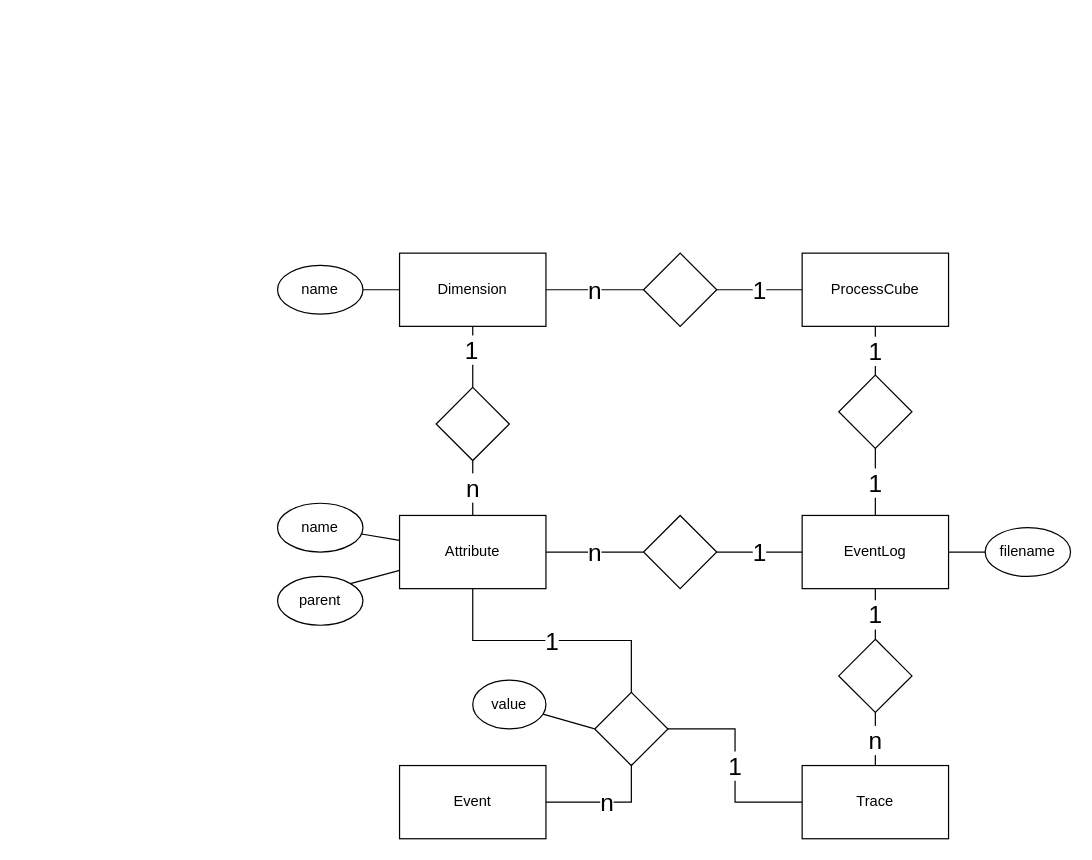
The draw.io diagram diagrams/er-diag.drawio in ngtom/PCubes-PADS2019, before the edit. Source tidied: cells renumbered, new cells numbered last; positions are measured from the earlier drawing's top-left corner, leaving out a move shared by most shapes. Both pictures are drawn from the tidied source at 122%, with x=0, y=0 at pixel (277, 253).
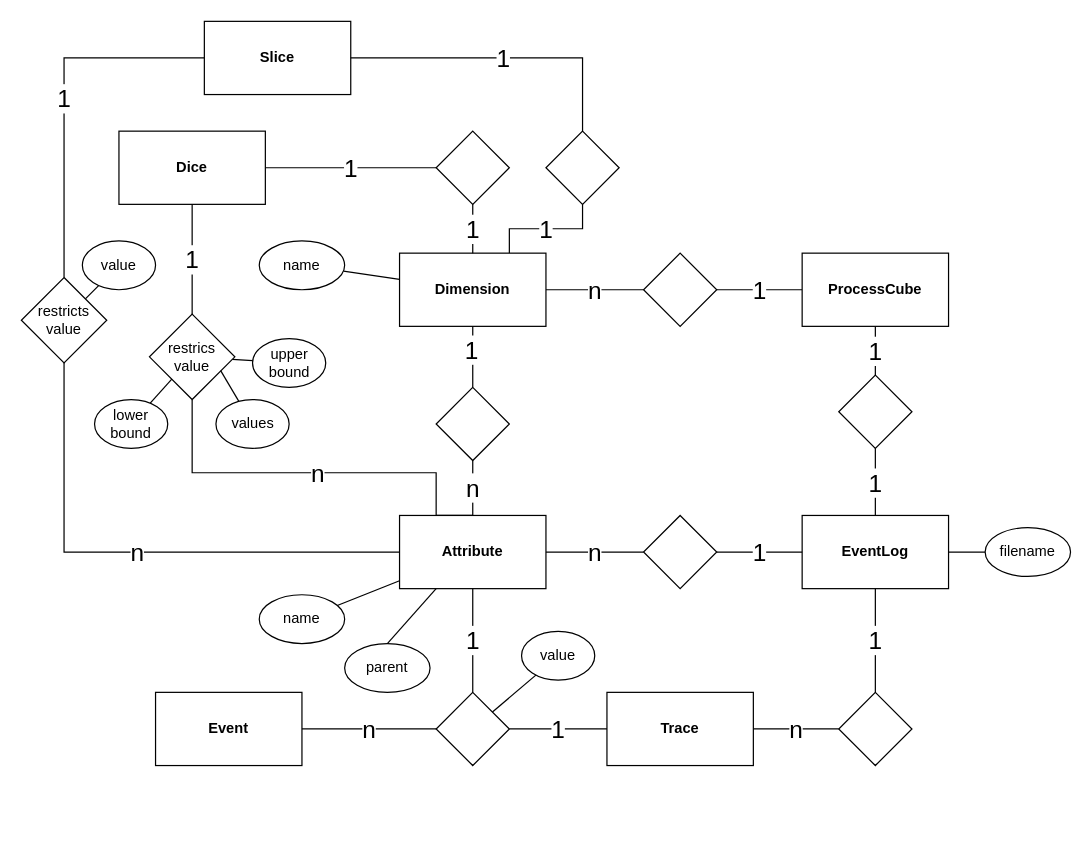
Above is the later version.

Diff of the diagram source:
```diff
@@
-    <mxCell id="2" value="EventLog" style="rounded=0;whiteSpace=wrap;html=1;" parent="1" vertex="1">
+    <mxCell id="2" value="EventLog" style="rounded=0;whiteSpace=wrap;html=1;fontStyle=1;" parent="1" vertex="1">
       <mxGeometry x="430" y="215" width="120" height="60" as="geometry" />
     </mxCell>
@@
-    <mxCell id="4" value="Attribute" style="rounded=0;whiteSpace=wrap;html=1;" parent="1" vertex="1">
+    <mxCell id="4" value="Attribute" style="rounded=0;whiteSpace=wrap;html=1;fontStyle=1;" parent="1" vertex="1">
       <mxGeometry x="100" y="215" width="120" height="60" as="geometry" />
     </mxCell>
@@
+    <mxCell id="40" value="1" style="edgeStyle=orthogonalEdgeStyle;rounded=0;jettySize=auto;html=1;exitX=0.75;exitY=0;exitDx=0;exitDy=0;entryX=0.5;entryY=1;entryDx=0;entryDy=0;endArrow=none;endFill=0;fontSize=20;" parent="1" edge="1" source="6" target="58">
+      <mxGeometry relative="1" as="geometry" />
+    </mxCell>
-    <mxCell id="6" value="Dimension&lt;br&gt;" style="rounded=0;whiteSpace=wrap;html=1;" parent="1" vertex="1">
+    <mxCell id="6" value="Dimension&lt;br&gt;" style="rounded=0;whiteSpace=wrap;html=1;fontStyle=1;" parent="1" vertex="1">
       <mxGeometry x="100" width="120" height="60" as="geometry" />
     </mxCell>
-    <mxCell id="7" value="Event" style="rounded=0;whiteSpace=wrap;html=1;" parent="1" vertex="1">
-      <mxGeometry x="100" y="420" width="120" height="60" as="geometry" />
+    <mxCell id="7" value="Event" style="rounded=0;whiteSpace=wrap;html=1;fontStyle=1;" parent="1" vertex="1">
+      <mxGeometry x="-100" y="360" width="120" height="60" as="geometry" />
     </mxCell>
-    <mxCell id="8" value="Trace" style="rounded=0;whiteSpace=wrap;html=1;" parent="1" vertex="1">
-      <mxGeometry x="430" y="420" width="120" height="60" as="geometry" />
+    <mxCell id="8" value="Trace" style="rounded=0;whiteSpace=wrap;html=1;fontStyle=1;" parent="1" vertex="1">
+      <mxGeometry x="270" y="360" width="120" height="60" as="geometry" />
     </mxCell>
@@
-    <mxCell id="10" value="n" style="edgeStyle=orthogonalEdgeStyle;rounded=0;jettySize=auto;html=1;exitX=0.5;exitY=1;exitDx=0;exitDy=0;entryX=1;entryY=0.5;entryDx=0;entryDy=0;endArrow=none;endFill=0;fontSize=20;" parent="1" edge="1" source="11" target="7">
+    <mxCell id="10" value="n" style="edgeStyle=orthogonalEdgeStyle;rounded=0;jettySize=auto;html=1;entryX=1;entryY=0.5;entryDx=0;entryDy=0;endArrow=none;endFill=0;fontSize=20;" parent="1" edge="1" source="11" target="7">
       <mxGeometry relative="1" as="geometry" />
     </mxCell>
     <mxCell id="11" style="rhombus;whiteSpace=wrap;html=1;" parent="1" vertex="1">
-      <mxGeometry x="260" y="360" width="60" height="60" as="geometry" />
+      <mxGeometry x="130" y="360" width="60" height="60" as="geometry" />
     </mxCell>
@@
     <mxCell id="20" style="rhombus;whiteSpace=wrap;html=1;" parent="1" vertex="1">
-      <mxGeometry x="460" y="316.5" width="60" height="60" as="geometry" />
+      <mxGeometry x="460" y="360" width="60" height="60" as="geometry" />
     </mxCell>
@@
-    <mxCell id="23" value="ProcessCube&lt;br&gt;" style="rounded=0;whiteSpace=wrap;html=1;" parent="1" vertex="1">
+    <mxCell id="23" value="ProcessCube&lt;br&gt;" style="rounded=0;whiteSpace=wrap;html=1;fontStyle=1;" parent="1" vertex="1">
       <mxGeometry x="430" width="120" height="60" as="geometry" />
     </mxCell>
@@
-    <mxCell id="27" style="rounded=0;jettySize=auto;html=1;entryX=0;entryY=0.5;entryDx=0;entryDy=0;endArrow=none;endFill=0;" parent="1" edge="1" source="28" target="11">
+    <mxCell id="27" style="rounded=0;jettySize=auto;html=1;endArrow=none;endFill=0;" parent="1" edge="1" source="28" target="11">
       <mxGeometry relative="1" as="geometry" />
     </mxCell>
     <mxCell id="28" value="value" style="ellipse;whiteSpace=wrap;html=1;" parent="1" vertex="1">
-      <mxGeometry x="160" y="350" width="60" height="40" as="geometry" />
+      <mxGeometry x="200" y="310" width="60" height="40" as="geometry" />
     </mxCell>
@@
-    <mxCell id="34" style="edgeStyle=orthogonalEdgeStyle;rounded=0;jettySize=auto;html=1;endArrow=none;endFill=0;fontSize=12;" parent="1" edge="1" source="35" target="6">
+    <mxCell id="34" style="rounded=0;jettySize=auto;html=1;endArrow=none;endFill=0;fontSize=12;" parent="1" edge="1" source="35" target="6">
       <mxGeometry relative="1" as="geometry" />
     </mxCell>
     <mxCell id="35" value="name" style="ellipse;whiteSpace=wrap;html=1;fontSize=12;" parent="1" vertex="1">
-      <mxGeometry y="10" width="70" height="40" as="geometry" />
+      <mxGeometry x="-15" y="-10" width="70" height="40" as="geometry" />
     </mxCell>
-    <mxCell id="36" style="rounded=0;jettySize=auto;html=1;exitX=1;exitY=0;exitDx=0;exitDy=0;entryX=0;entryY=0.75;entryDx=0;entryDy=0;endArrow=none;endFill=0;fontSize=12;" parent="1" edge="1" source="37" target="4">
+    <mxCell id="36" style="rounded=0;jettySize=auto;html=1;exitX=0.5;exitY=0;exitDx=0;exitDy=0;entryX=0.25;entryY=1;entryDx=0;entryDy=0;endArrow=none;endFill=0;fontSize=12;" parent="1" edge="1" source="37" target="4">
       <mxGeometry relative="1" as="geometry" />
     </mxCell>
     <mxCell id="37" value="parent" style="ellipse;whiteSpace=wrap;html=1;fontSize=12;" parent="1" vertex="1">
-      <mxGeometry y="265" width="70" height="40" as="geometry" />
+      <mxGeometry x="55" y="320" width="70" height="40" as="geometry" />
     </mxCell>
@@
     <mxCell id="39" value="name" style="ellipse;whiteSpace=wrap;html=1;fontSize=12;" parent="1" vertex="1">
-      <mxGeometry y="205" width="70" height="40" as="geometry" />
+      <mxGeometry x="-15" y="280" width="70" height="40" as="geometry" />
     </mxCell>
+    <mxCell id="41" value="Dice" style="rounded=0;whiteSpace=wrap;html=1;fontStyle=1;" parent="1" vertex="1">
+      <mxGeometry x="-130" y="-100" width="120" height="60" as="geometry" />
+    </mxCell>
+    <mxCell id="42" value="1" style="edgeStyle=orthogonalEdgeStyle;rounded=0;jettySize=auto;html=1;endArrow=none;endFill=0;fontSize=20;exitX=0.5;exitY=0;exitDx=0;exitDy=0;entryX=0.5;entryY=1;entryDx=0;entryDy=0;" parent="1" edge="1" source="6" target="44">
+      <mxGeometry relative="1" as="geometry">
+        <Array as="points">
+          <mxPoint x="160" y="-40" />
+        </Array>
+      </mxGeometry>
+    </mxCell>
+    <mxCell id="43" value="1&lt;br&gt;" style="edgeStyle=orthogonalEdgeStyle;rounded=0;jettySize=auto;html=1;endArrow=none;endFill=0;fontSize=20;exitX=1;exitY=0.5;exitDx=0;exitDy=0;" parent="1" edge="1" source="41" target="44">
+      <mxGeometry relative="1" as="geometry" />
+    </mxCell>
+    <mxCell id="44" style="rhombus;whiteSpace=wrap;html=1;" parent="1" vertex="1">
+      <mxGeometry x="130" y="-100" width="60" height="60" as="geometry" />
+    </mxCell>
+    <mxCell id="45" value="&lt;font style=&quot;font-size: 20px&quot;&gt;n&lt;/font&gt;" style="edgeStyle=orthogonalEdgeStyle;rounded=0;jettySize=auto;html=1;entryX=0.5;entryY=0;entryDx=0;entryDy=0;endArrow=none;endFill=0;exitX=0.5;exitY=1;exitDx=0;exitDy=0;" parent="1" edge="1" source="48" target="4">
+      <mxGeometry relative="1" as="geometry">
+        <Array as="points">
+          <mxPoint x="-70" y="180" />
+          <mxPoint x="130" y="180" />
+          <mxPoint x="130" y="215" />
+        </Array>
+      </mxGeometry>
+    </mxCell>
+    <mxCell id="46" value="&lt;font style=&quot;font-size: 20px&quot;&gt;1&lt;/font&gt;" style="edgeStyle=orthogonalEdgeStyle;rounded=0;jettySize=auto;html=1;entryX=0.5;entryY=1;entryDx=0;entryDy=0;endArrow=none;endFill=0;" parent="1" edge="1" source="48" target="41">
+      <mxGeometry relative="1" as="geometry" />
+    </mxCell>
+    <mxCell id="47" style="edgeStyle=none;rounded=0;jettySize=auto;html=1;endArrow=none;endFill=0;fontSize=20;" parent="1" edge="1" source="48" target="51">
+      <mxGeometry relative="1" as="geometry" />
+    </mxCell>
+    <mxCell id="48" value="restrics value" style="rhombus;whiteSpace=wrap;html=1;" parent="1" vertex="1">
+      <mxGeometry x="-105" y="50" width="70" height="70" as="geometry" />
+    </mxCell>
+    <mxCell id="49" style="edgeStyle=none;rounded=0;jettySize=auto;html=1;endArrow=none;endFill=0;fontSize=20;" parent="1" edge="1" source="50" target="48">
+      <mxGeometry relative="1" as="geometry" />
+    </mxCell>
+    <mxCell id="50" value="lower bound" style="ellipse;whiteSpace=wrap;html=1;" parent="1" vertex="1">
+      <mxGeometry x="-150" y="120" width="60" height="40" as="geometry" />
+    </mxCell>
+    <mxCell id="51" value="upper bound" style="ellipse;whiteSpace=wrap;html=1;" parent="1" vertex="1">
+      <mxGeometry x="-20.5" y="70" width="60" height="40" as="geometry" />
+    </mxCell>
+    <mxCell id="52" value="1" style="edgeStyle=orthogonalEdgeStyle;rounded=0;jettySize=auto;html=1;endArrow=none;endFill=0;fontSize=20;" parent="1" edge="1" source="53" target="56">
+      <mxGeometry relative="1" as="geometry" />
+    </mxCell>
+    <mxCell id="53" value="Slice" style="rounded=0;whiteSpace=wrap;html=1;fontStyle=1;" parent="1" vertex="1">
+      <mxGeometry x="-60" y="-190" width="120" height="60" as="geometry" />
+    </mxCell>
+    <mxCell id="54" value="n" style="edgeStyle=orthogonalEdgeStyle;rounded=0;jettySize=auto;html=1;entryX=0;entryY=0.5;entryDx=0;entryDy=0;endArrow=none;endFill=0;fontSize=20;exitX=0.5;exitY=1;exitDx=0;exitDy=0;" parent="1" edge="1" source="56" target="4">
+      <mxGeometry relative="1" as="geometry">
+        <Array as="points">
+          <mxPoint x="-175" y="245" />
+        </Array>
+      </mxGeometry>
+    </mxCell>
+    <mxCell id="55" style="rounded=0;jettySize=auto;html=1;endArrow=none;endFill=0;fontSize=20;" parent="1" edge="1" source="56" target="59">
+      <mxGeometry relative="1" as="geometry" />
+    </mxCell>
+    <mxCell id="56" value="restricts value" style="rhombus;whiteSpace=wrap;html=1;" parent="1" vertex="1">
+      <mxGeometry x="-210" y="20" width="70" height="70" as="geometry" />
+    </mxCell>
+    <mxCell id="57" value="1" style="edgeStyle=orthogonalEdgeStyle;rounded=0;jettySize=auto;html=1;entryX=1;entryY=0.5;entryDx=0;entryDy=0;endArrow=none;endFill=0;fontSize=20;" parent="1" edge="1" source="58" target="53">
+      <mxGeometry relative="1" as="geometry">
+        <Array as="points">
+          <mxPoint x="250" y="-160" />
+        </Array>
+      </mxGeometry>
+    </mxCell>
+    <mxCell id="58" style="rhombus;whiteSpace=wrap;html=1;" parent="1" vertex="1">
+      <mxGeometry x="220" y="-100" width="60" height="60" as="geometry" />
+    </mxCell>
+    <mxCell id="59" value="value" style="ellipse;whiteSpace=wrap;html=1;" parent="1" vertex="1">
+      <mxGeometry x="-160" y="-10" width="60" height="40" as="geometry" />
+    </mxCell>
+    <mxCell id="60" style="edgeStyle=none;rounded=0;jettySize=auto;html=1;endArrow=none;endFill=0;fontSize=20;entryX=0.834;entryY=0.661;entryDx=0;entryDy=0;entryPerimeter=0;" parent="1" edge="1" source="61" target="48">
+      <mxGeometry relative="1" as="geometry" />
+    </mxCell>
+    <mxCell id="61" value="values" style="ellipse;whiteSpace=wrap;html=1;" parent="1" vertex="1">
+      <mxGeometry x="-50.5" y="120" width="60" height="40" as="geometry" />
+    </mxCell>
```
